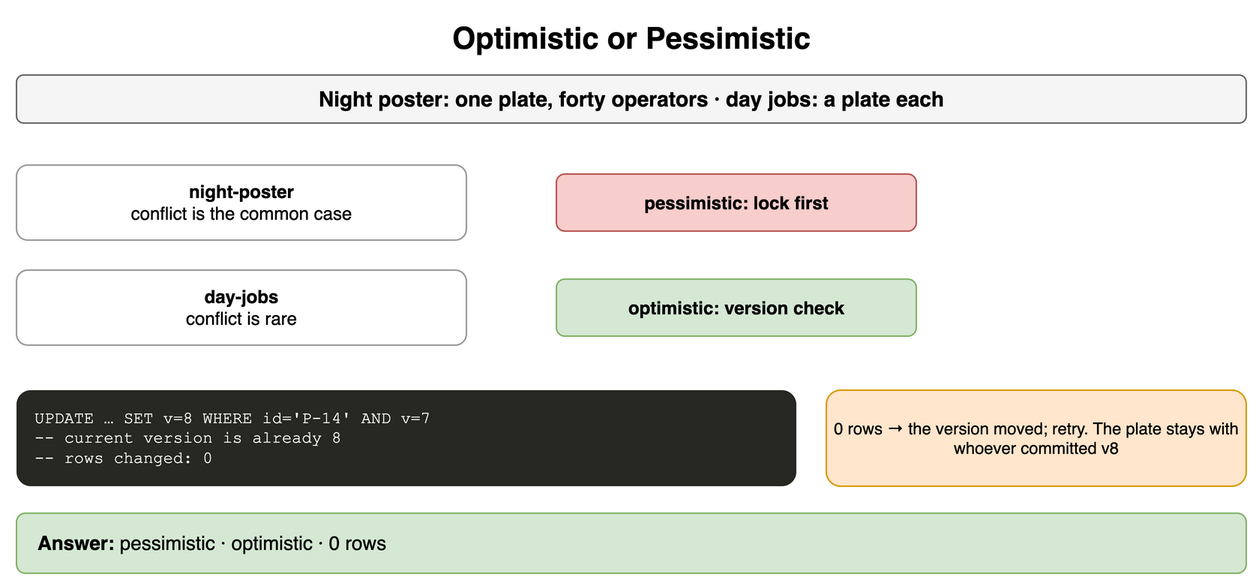
Above: content/09_System_Design_Interview/16_Transactions_and_Concurrency_Control/diagrams/transactions-drills-3-optimistic-or-pessimistic.png in amendez13/swe-study-guide (draw.io), before the change. Source tidied: cells renumbered, new cells last; positions are measured from the earlier drawing's top-left corner, leaving out a move shared by most shapes. The source it was exported from:
```xml
<mxGraphModel>
  <root>
    <mxCell id="0" />
    <mxCell id="1" parent="0" />
    <mxCell id="2" value="Optimistic or Pessimistic" style="text;html=1;align=center;verticalAlign=middle;whiteSpace=wrap;fontSize=20;fontStyle=1;" parent="1" vertex="1">
      <mxGeometry width="820" height="30" as="geometry" />
    </mxCell>
    <mxCell id="3" value="Night poster: one plate, forty operators · day jobs: a plate each" style="rounded=1;whiteSpace=wrap;html=1;fillColor=#f5f5f5;strokeColor=#666666;fontStyle=1;fontSize=14;" parent="1" vertex="1">
      <mxGeometry y="40" width="820" height="32" as="geometry" />
    </mxCell>
    <mxCell id="4" value="night-poster&lt;br&gt;&lt;span style='font-weight:normal'&gt;conflict is the common case&lt;/span&gt;" style="rounded=1;whiteSpace=wrap;html=1;fillColor=#ffffff;strokeColor=#999999;fontSize=12;align=center;fontStyle=1;" parent="1" vertex="1">
      <mxGeometry y="100" width="300" height="50" as="geometry" />
    </mxCell>
    <mxCell id="5" value="pessimistic: lock first" style="rounded=1;whiteSpace=wrap;html=1;fillColor=#f8cecc;strokeColor=#b85450;fontSize=12;align=center;fontStyle=1;" parent="1" vertex="1">
      <mxGeometry x="360" y="106" width="240" height="38" as="geometry" />
    </mxCell>
    <mxCell id="6" value="day-jobs&lt;br&gt;&lt;span style='font-weight:normal'&gt;conflict is rare&lt;/span&gt;" style="rounded=1;whiteSpace=wrap;html=1;fillColor=#ffffff;strokeColor=#999999;fontSize=12;align=center;fontStyle=1;" parent="1" vertex="1">
      <mxGeometry y="170" width="300" height="50" as="geometry" />
    </mxCell>
    <mxCell id="7" value="optimistic: version check" style="rounded=1;whiteSpace=wrap;html=1;fillColor=#d5e8d4;strokeColor=#82b366;fontSize=12;align=center;fontStyle=1;" parent="1" vertex="1">
      <mxGeometry x="360" y="176" width="240" height="38" as="geometry" />
    </mxCell>
    <mxCell id="8" value="UPDATE&amp;nbsp;…&amp;nbsp;SET&amp;nbsp;v=8&amp;nbsp;WHERE&amp;nbsp;id=&amp;#x27;P-14&amp;#x27;&amp;nbsp;AND&amp;nbsp;v=7&lt;br&gt;--&amp;nbsp;current&amp;nbsp;version&amp;nbsp;is&amp;nbsp;already&amp;nbsp;8&lt;br&gt;--&amp;nbsp;rows&amp;nbsp;changed:&amp;nbsp;0" style="rounded=1;whiteSpace=wrap;html=1;align=left;verticalAlign=top;spacingLeft=10;spacingTop=6;fontFamily=Courier New;fontSize=11;fillColor=#272822;fontColor=#f8f8f2;strokeColor=none;" parent="1" vertex="1">
      <mxGeometry y="250" width="520" height="64" as="geometry" />
    </mxCell>
    <mxCell id="9" value="0 rows → the version moved; retry. The plate stays with whoever committed v8" style="rounded=1;whiteSpace=wrap;html=1;fillColor=#ffe6cc;strokeColor=#d79b00;fontSize=11;align=center;" parent="1" vertex="1">
      <mxGeometry x="540" y="250" width="280" height="64" as="geometry" />
    </mxCell>
    <mxCell id="10" value="&lt;b&gt;Answer:&lt;/b&gt; pessimistic · optimistic · 0 rows" style="rounded=1;whiteSpace=wrap;html=1;fillColor=#d5e8d4;strokeColor=#82b366;fontSize=13;align=left;spacingLeft=12;" parent="1" vertex="1">
      <mxGeometry y="332" width="820" height="40" as="geometry" />
    </mxCell>
  </root>
</mxGraphModel>
```
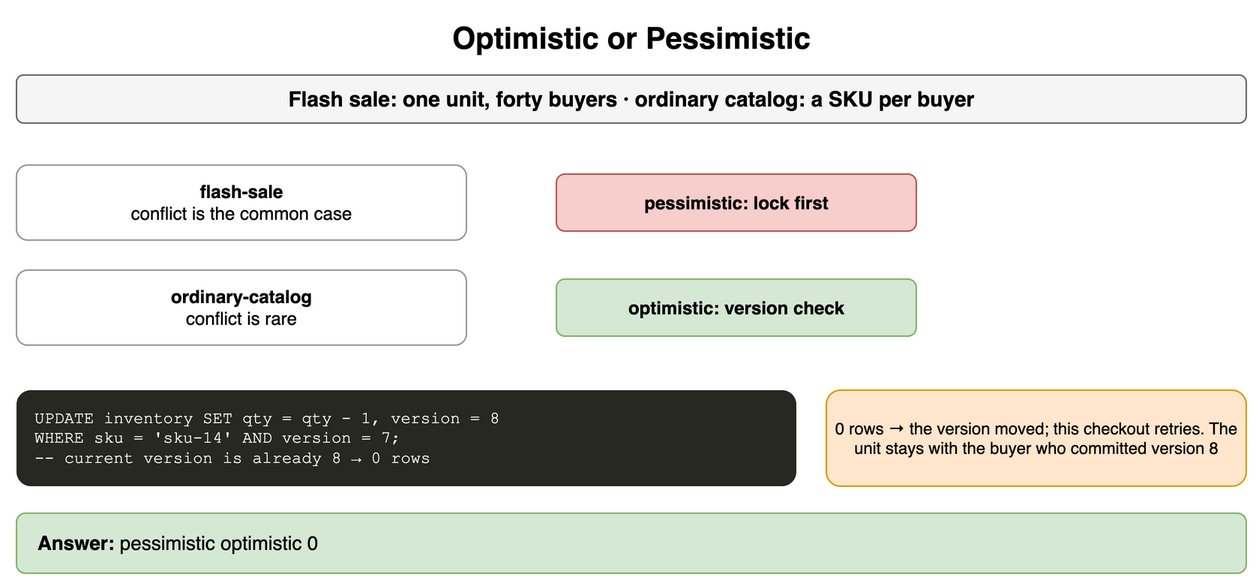
The same diagram one commit later.

What changed in the source:
```diff
@@ -5,28 +5,28 @@
     <mxCell id="2" value="Optimistic or Pessimistic" style="text;html=1;align=center;verticalAlign=middle;whiteSpace=wrap;fontSize=20;fontStyle=1;" parent="1" vertex="1">
       <mxGeometry width="820" height="30" as="geometry" />
     </mxCell>
-    <mxCell id="3" value="Night poster: one plate, forty operators · day jobs: a plate each" style="rounded=1;whiteSpace=wrap;html=1;fillColor=#f5f5f5;strokeColor=#666666;fontStyle=1;fontSize=14;" parent="1" vertex="1">
+    <mxCell id="3" value="Flash sale: one unit, forty buyers · ordinary catalog: a SKU per buyer" style="rounded=1;whiteSpace=wrap;html=1;fillColor=#f5f5f5;strokeColor=#666666;fontStyle=1;fontSize=14;" parent="1" vertex="1">
       <mxGeometry y="40" width="820" height="32" as="geometry" />
     </mxCell>
-    <mxCell id="4" value="night-poster&lt;br&gt;&lt;span style='font-weight:normal'&gt;conflict is the common case&lt;/span&gt;" style="rounded=1;whiteSpace=wrap;html=1;fillColor=#ffffff;strokeColor=#999999;fontSize=12;align=center;fontStyle=1;" parent="1" vertex="1">
+    <mxCell id="4" value="flash-sale&lt;br&gt;&lt;span style='font-weight:normal'&gt;conflict is the common case&lt;/span&gt;" style="rounded=1;whiteSpace=wrap;html=1;fillColor=#ffffff;strokeColor=#999999;fontSize=12;align=center;fontStyle=1;" parent="1" vertex="1">
       <mxGeometry y="100" width="300" height="50" as="geometry" />
     </mxCell>
     <mxCell id="5" value="pessimistic: lock first" style="rounded=1;whiteSpace=wrap;html=1;fillColor=#f8cecc;strokeColor=#b85450;fontSize=12;align=center;fontStyle=1;" parent="1" vertex="1">
       <mxGeometry x="360" y="106" width="240" height="38" as="geometry" />
     </mxCell>
-    <mxCell id="6" value="day-jobs&lt;br&gt;&lt;span style='font-weight:normal'&gt;conflict is rare&lt;/span&gt;" style="rounded=1;whiteSpace=wrap;html=1;fillColor=#ffffff;strokeColor=#999999;fontSize=12;align=center;fontStyle=1;" parent="1" vertex="1">
+    <mxCell id="6" value="ordinary-catalog&lt;br&gt;&lt;span style='font-weight:normal'&gt;conflict is rare&lt;/span&gt;" style="rounded=1;whiteSpace=wrap;html=1;fillColor=#ffffff;strokeColor=#999999;fontSize=12;align=center;fontStyle=1;" parent="1" vertex="1">
       <mxGeometry y="170" width="300" height="50" as="geometry" />
     </mxCell>
     <mxCell id="7" value="optimistic: version check" style="rounded=1;whiteSpace=wrap;html=1;fillColor=#d5e8d4;strokeColor=#82b366;fontSize=12;align=center;fontStyle=1;" parent="1" vertex="1">
       <mxGeometry x="360" y="176" width="240" height="38" as="geometry" />
     </mxCell>
-    <mxCell id="8" value="UPDATE&amp;nbsp;…&amp;nbsp;SET&amp;nbsp;v=8&amp;nbsp;WHERE&amp;nbsp;id=&amp;#x27;P-14&amp;#x27;&amp;nbsp;AND&amp;nbsp;v=7&lt;br&gt;--&amp;nbsp;current&amp;nbsp;version&amp;nbsp;is&amp;nbsp;already&amp;nbsp;8&lt;br&gt;--&amp;nbsp;rows&amp;nbsp;changed:&amp;nbsp;0" style="rounded=1;whiteSpace=wrap;html=1;align=left;verticalAlign=top;spacingLeft=10;spacingTop=6;fontFamily=Courier New;fontSize=11;fillColor=#272822;fontColor=#f8f8f2;strokeColor=none;" parent="1" vertex="1">
+    <mxCell id="8" value="UPDATE&amp;nbsp;inventory&amp;nbsp;SET&amp;nbsp;qty&amp;nbsp;=&amp;nbsp;qty&amp;nbsp;-&amp;nbsp;1,&amp;nbsp;version&amp;nbsp;=&amp;nbsp;8&lt;br&gt;WHERE&amp;nbsp;sku&amp;nbsp;=&amp;nbsp;&amp;#x27;sku-14&amp;#x27;&amp;nbsp;AND&amp;nbsp;version&amp;nbsp;=&amp;nbsp;7;&lt;br&gt;--&amp;nbsp;current&amp;nbsp;version&amp;nbsp;is&amp;nbsp;already&amp;nbsp;8&amp;nbsp;→&amp;nbsp;0&amp;nbsp;rows" style="rounded=1;whiteSpace=wrap;html=1;align=left;verticalAlign=top;spacingLeft=10;spacingTop=6;fontFamily=Courier New;fontSize=11;fillColor=#272822;fontColor=#f8f8f2;strokeColor=none;" parent="1" vertex="1">
       <mxGeometry y="250" width="520" height="64" as="geometry" />
     </mxCell>
-    <mxCell id="9" value="0 rows → the version moved; retry. The plate stays with whoever committed v8" style="rounded=1;whiteSpace=wrap;html=1;fillColor=#ffe6cc;strokeColor=#d79b00;fontSize=11;align=center;" parent="1" vertex="1">
+    <mxCell id="9" value="0 rows → the version moved; this checkout retries. The unit stays with the buyer who committed version 8" style="rounded=1;whiteSpace=wrap;html=1;fillColor=#ffe6cc;strokeColor=#d79b00;fontSize=11;align=center;" parent="1" vertex="1">
       <mxGeometry x="540" y="250" width="280" height="64" as="geometry" />
     </mxCell>
-    <mxCell id="10" value="&lt;b&gt;Answer:&lt;/b&gt; pessimistic · optimistic · 0 rows" style="rounded=1;whiteSpace=wrap;html=1;fillColor=#d5e8d4;strokeColor=#82b366;fontSize=13;align=left;spacingLeft=12;" parent="1" vertex="1">
+    <mxCell id="10" value="&lt;b&gt;Answer:&lt;/b&gt; pessimistic optimistic 0" style="rounded=1;whiteSpace=wrap;html=1;fillColor=#d5e8d4;strokeColor=#82b366;fontSize=13;align=left;spacingLeft=12;" parent="1" vertex="1">
       <mxGeometry y="332" width="820" height="40" as="geometry" />
     </mxCell>
   </root>
```
